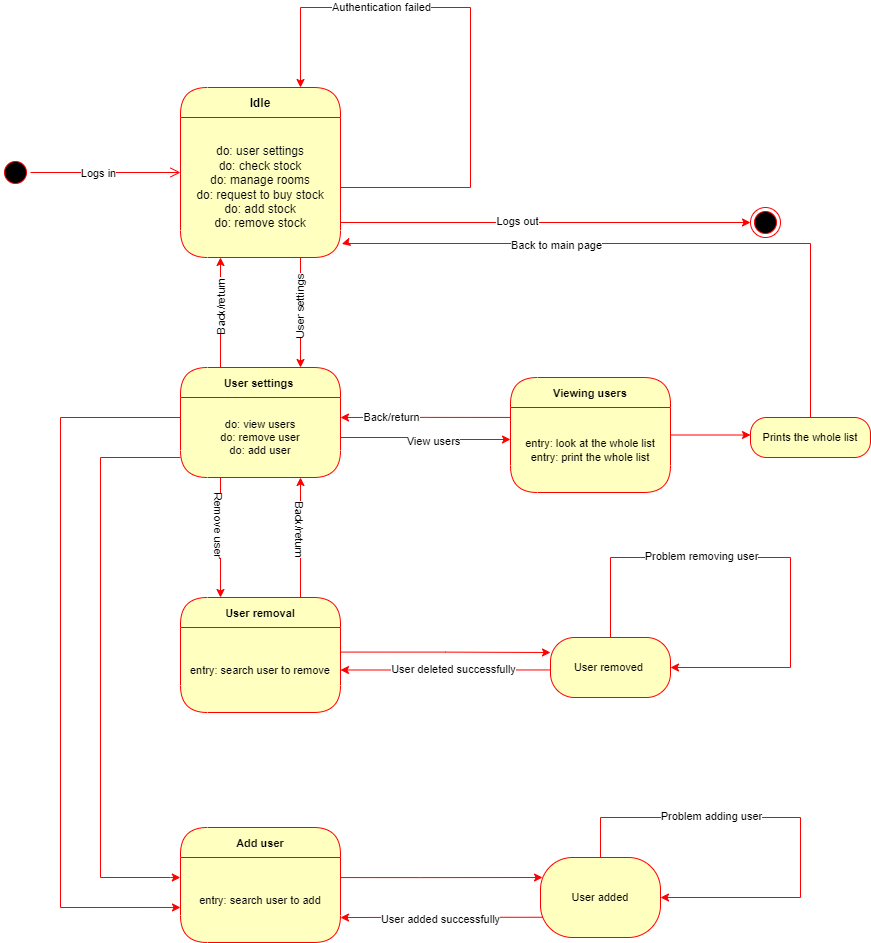
Before: State Diagram/UserSettingsStrateDiagram.drawio.png, a diagram exported from draw.io (kjahaj/Inventory-system-Door-7-guys.). Source tidied: cells renumbered, new cells last; positions are measured from the earlier drawing's top-left corner, leaving out a move shared by most shapes.
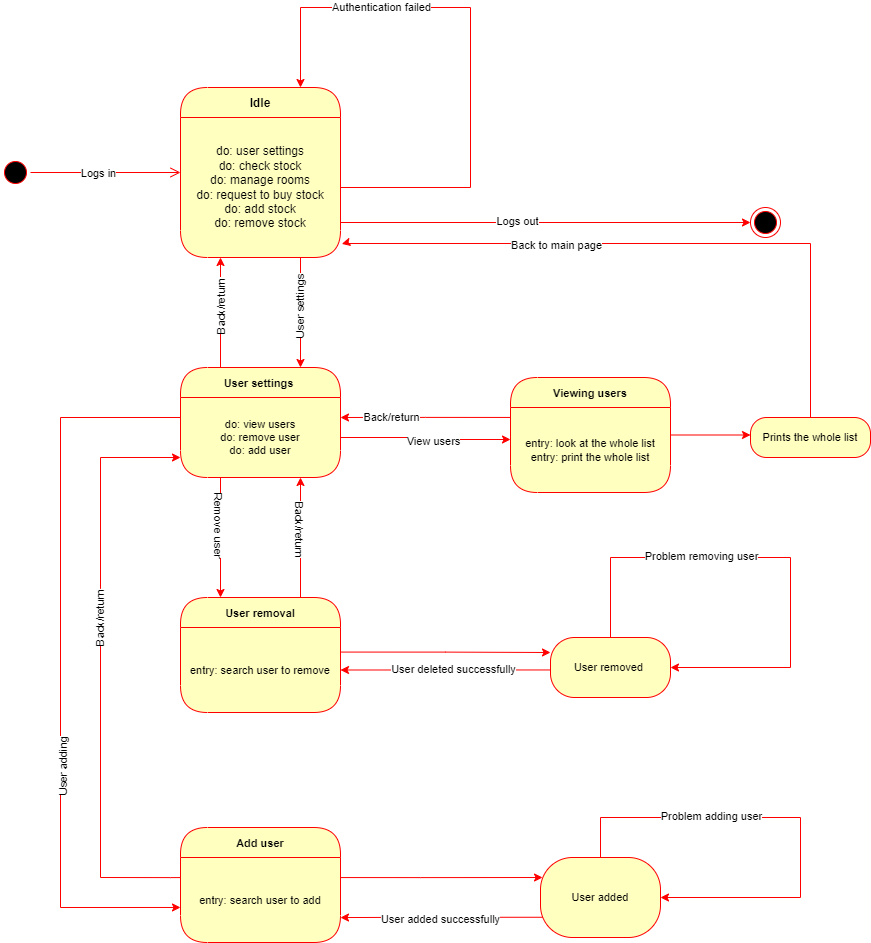
Above is the later version.

What changed in the source:
```diff
@@ -158,15 +158,6 @@
     <mxCell id="40" value="User deleted successfully" style="edgeLabel;html=1;align=center;verticalAlign=middle;fontSize=11;fontFamily=Helvetica;fontColor=default;" parent="39" vertex="1">
       <mxGeometry x="-0.06" y="-1" relative="1" as="geometry" />
     </mxCell>
-    <mxCell id="41" style="edgeStyle=orthogonalEdgeStyle;shape=connector;rounded=0;jettySize=auto;html=1;labelBackgroundColor=default;strokeColor=#ff0000;strokeWidth=1;fontFamily=Helvetica;fontSize=11;fontColor=default;endArrow=classic;exitX=0;exitY=0.75;exitDx=0;exitDy=0;entryX=-0.001;entryY=0.236;entryDx=0;entryDy=0;entryPerimeter=0;" parent="1" edge="1" source="10" target="44">
-      <mxGeometry relative="1" as="geometry">
-        <Array as="points">
-          <mxPoint x="100" y="450" />
-          <mxPoint x="100" y="870" />
-          <mxPoint x="170" y="870" />
-        </Array>
-      </mxGeometry>
-    </mxCell>
     <mxCell id="42" style="edgeStyle=orthogonalEdgeStyle;shape=connector;rounded=0;jettySize=auto;html=1;exitX=0;exitY=0.25;exitDx=0;exitDy=0;labelBackgroundColor=default;strokeColor=#ff0000;strokeWidth=1;fontFamily=Helvetica;fontSize=11;fontColor=default;endArrow=classic;entryX=0;entryY=0.588;entryDx=0;entryDy=0;entryPerimeter=0;" parent="1" edge="1" source="10" target="44">
       <mxGeometry relative="1" as="geometry">
         <Array as="points">
@@ -175,6 +166,11 @@
         </Array>
       </mxGeometry>
     </mxCell>
+    <mxCell id="51" value="User adding" style="edgeLabel;html=1;align=center;verticalAlign=middle;fontSize=11;fontFamily=Helvetica;fontColor=default;rotation=-90;" parent="42" vertex="1">
+      <mxGeometry x="-0.12" y="2" relative="1" as="geometry">
+        <mxPoint y="148" as="offset" />
+      </mxGeometry>
+    </mxCell>
     <mxCell id="43" value="Add user" style="swimlane;fontStyle=1;align=center;verticalAlign=middle;horizontal=1;startSize=30;fontColor=#000000;rounded=1;arcSize=30;strokeColor=#ff0000;fillColor=#ffffc0;swimlaneFillColor=#ffffc0;fontFamily=Helvetica;fontSize=11;" parent="1" vertex="1">
       <mxGeometry x="180" y="820" width="160" height="115" as="geometry" />
     </mxCell>
@@ -218,5 +214,17 @@
         <mxPoint x="33" as="offset" />
       </mxGeometry>
     </mxCell>
+    <mxCell id="41" style="edgeStyle=orthogonalEdgeStyle;shape=connector;rounded=0;jettySize=auto;html=1;labelBackgroundColor=default;strokeColor=#ff0000;strokeWidth=1;fontFamily=Helvetica;fontSize=11;fontColor=default;endArrow=classic;exitX=-0.001;exitY=0.236;exitDx=0;exitDy=0;entryX=0;entryY=0.75;entryDx=0;entryDy=0;exitPerimeter=0;" parent="1" edge="1" source="44" target="10">
+      <mxGeometry relative="1" as="geometry">
+        <Array as="points">
+          <mxPoint x="170" y="870" />
+          <mxPoint x="100" y="870" />
+          <mxPoint x="100" y="450" />
+        </Array>
+      </mxGeometry>
+    </mxCell>
+    <mxCell id="52" value="Back/return" style="edgeLabel;html=1;align=center;verticalAlign=middle;fontSize=11;fontFamily=Helvetica;fontColor=default;rotation=-90;" parent="41" vertex="1">
+      <mxGeometry x="0.17" relative="1" as="geometry" />
+    </mxCell>
   </root>
 </mxGraphModel>
```
